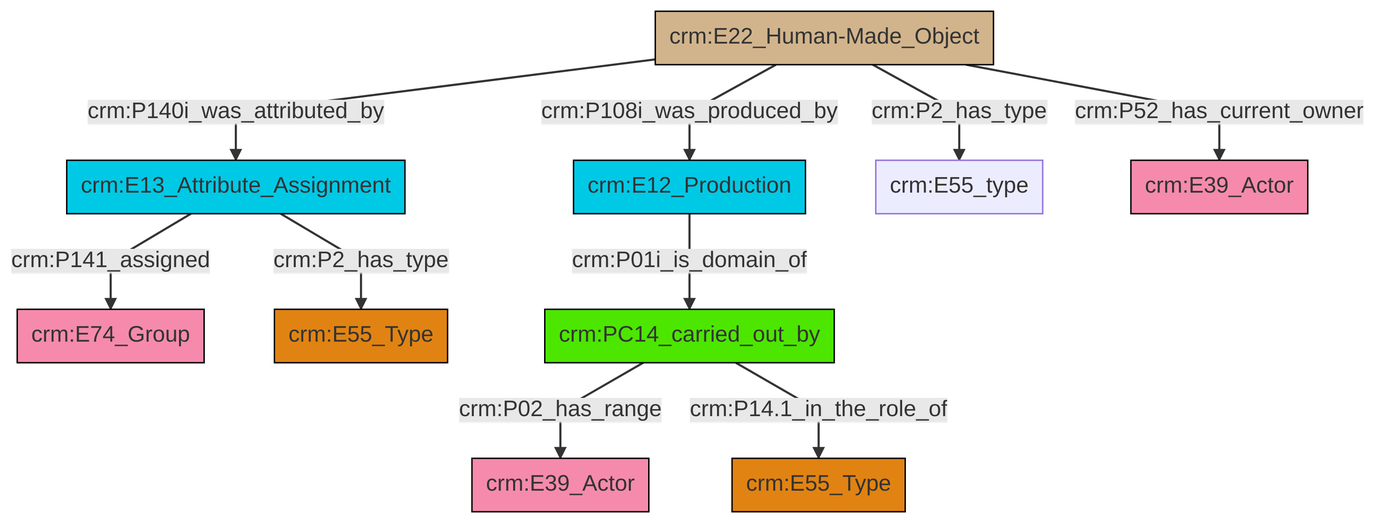
swiss-art-research-net/docs.swissartresearch keeps this Mermaid diagram as et/builtWorkCSV/ttl/mmd/png/Built_Work_actor_relations.png. Above is the earlier version. Its source is kept beside it as et/builtWorkCSV/ttl/mmd/Built_Work_actor_relations.ttl.mmd.
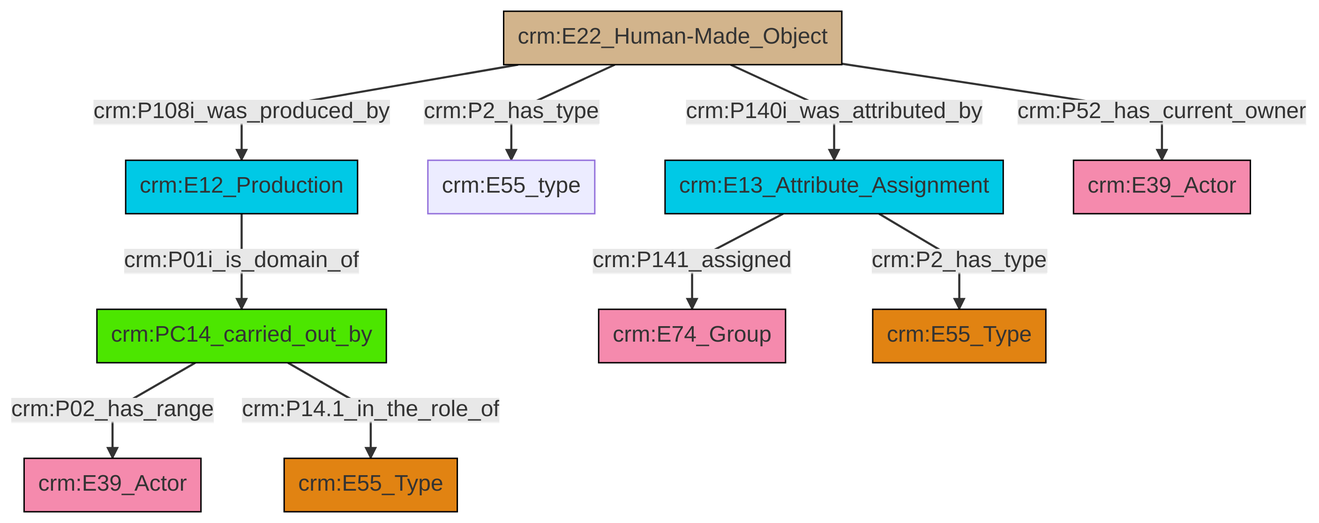
After the change.

What changed in the source:
```diff
@@ -13,12 +13,12 @@
 classDef PC_Classes fill:#4ce600, stroke:#000000;
 classDef Multi fill:#cccccc,stroke:#000000;
 
-2["crm:E12_Production"]:::Temporal_Entity -->|crm:P01i_is_domain_of| 3["crm:PC14_carried_out_by"]:::PC_Classes
-3["crm:PC14_carried_out_by"]:::PC_Classes -->|crm:P02_has_range| 4["crm:E39_Actor"]:::Actor
-8["crm:E13_Attribute_Assignment"]:::Temporal_Entity -->|crm:P141_assigned| 9["crm:E74_Group"]:::Actor
-6["crm:E22_Human-Made_Object"]:::Physical_Thing -->|crm:P140i_was_attributed_by| 8["crm:E13_Attribute_Assignment"]:::Temporal_Entity
-6["crm:E22_Human-Made_Object"]:::Physical_Thing -->|crm:P108i_was_produced_by| 2["crm:E12_Production"]:::Temporal_Entity
-6["crm:E22_Human-Made_Object"]:::Physical_Thing -->|crm:P2_has_type| 10["crm:E55_type"]:::Default
-3["crm:PC14_carried_out_by"]:::PC_Classes -->|crm:P14.1_in_the_role_of| 18["crm:E55_Type"]:::Type
-6["crm:E22_Human-Made_Object"]:::Physical_Thing -->|crm:P52_has_current_owner| 13["crm:E39_Actor"]:::Actor
-8["crm:E13_Attribute_Assignment"]:::Temporal_Entity -->|crm:P2_has_type| 0["crm:E55_Type"]:::Type
+2["crm:E22_Human-Made_Object"]:::Physical_Thing -->|crm:P108i_was_produced_by| 0["crm:E12_Production"]:::Temporal_Entity
+7["crm:E13_Attribute_Assignment"]:::Temporal_Entity -->|crm:P141_assigned| 8["crm:E74_Group"]:::Actor
+9["crm:PC14_carried_out_by"]:::PC_Classes -->|crm:P02_has_range| 5["crm:E39_Actor"]:::Actor
+2["crm:E22_Human-Made_Object"]:::Physical_Thing -->|crm:P2_has_type| 3["crm:E55_type"]:::Default
+2["crm:E22_Human-Made_Object"]:::Physical_Thing -->|crm:P140i_was_attributed_by| 7["crm:E13_Attribute_Assignment"]:::Temporal_Entity
+2["crm:E22_Human-Made_Object"]:::Physical_Thing -->|crm:P52_has_current_owner| 10["crm:E39_Actor"]:::Actor
+0["crm:E12_Production"]:::Temporal_Entity -->|crm:P01i_is_domain_of| 9["crm:PC14_carried_out_by"]:::PC_Classes
+7["crm:E13_Attribute_Assignment"]:::Temporal_Entity -->|crm:P2_has_type| 16["crm:E55_Type"]:::Type
+9["crm:PC14_carried_out_by"]:::PC_Classes -->|crm:P14.1_in_the_role_of| 14["crm:E55_Type"]:::Type
```
